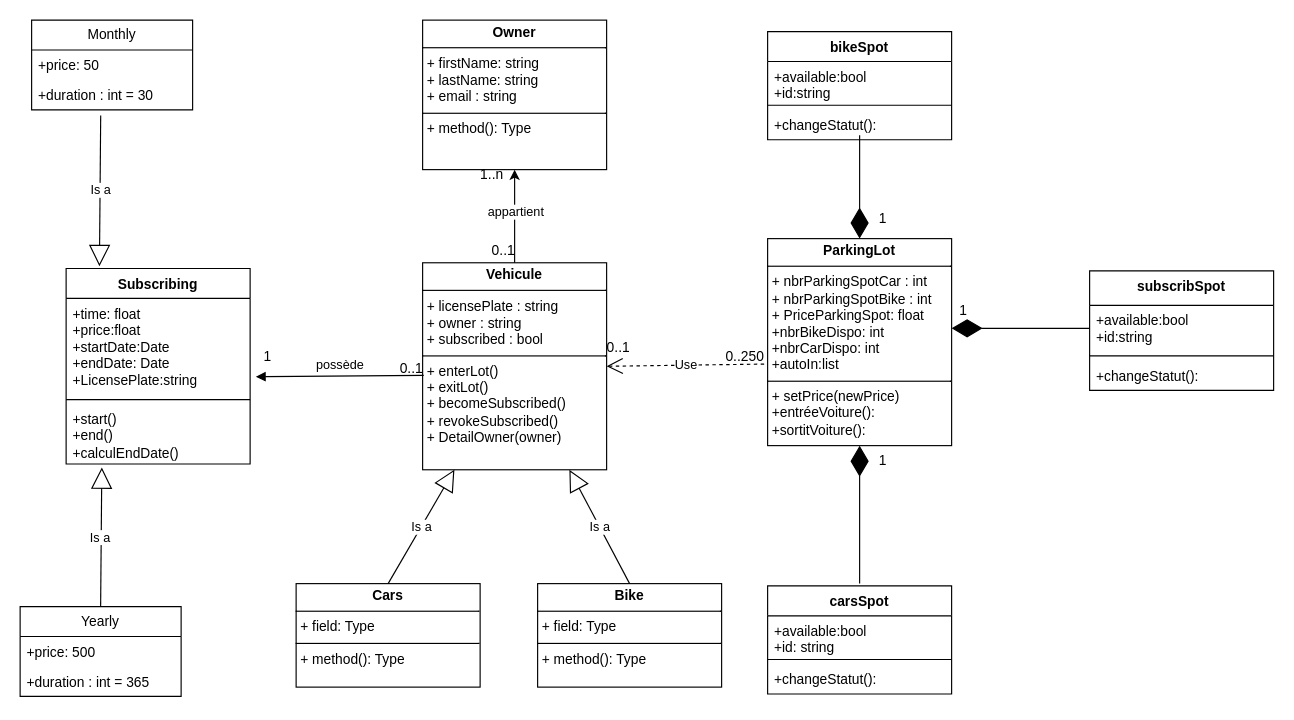
Earlier version of the draw.io diagram UMLprojetDev2.drawio (bpatureau/Projet-dev-II-2tl1-6). Source tidied: cells renumbered, new cells numbered last; positions are measured from the earlier drawing's top-left corner, leaving out a move shared by most shapes. Both pictures are drawn from the tidied source at 115%, with x=0, y=0 at pixel (20, 20).
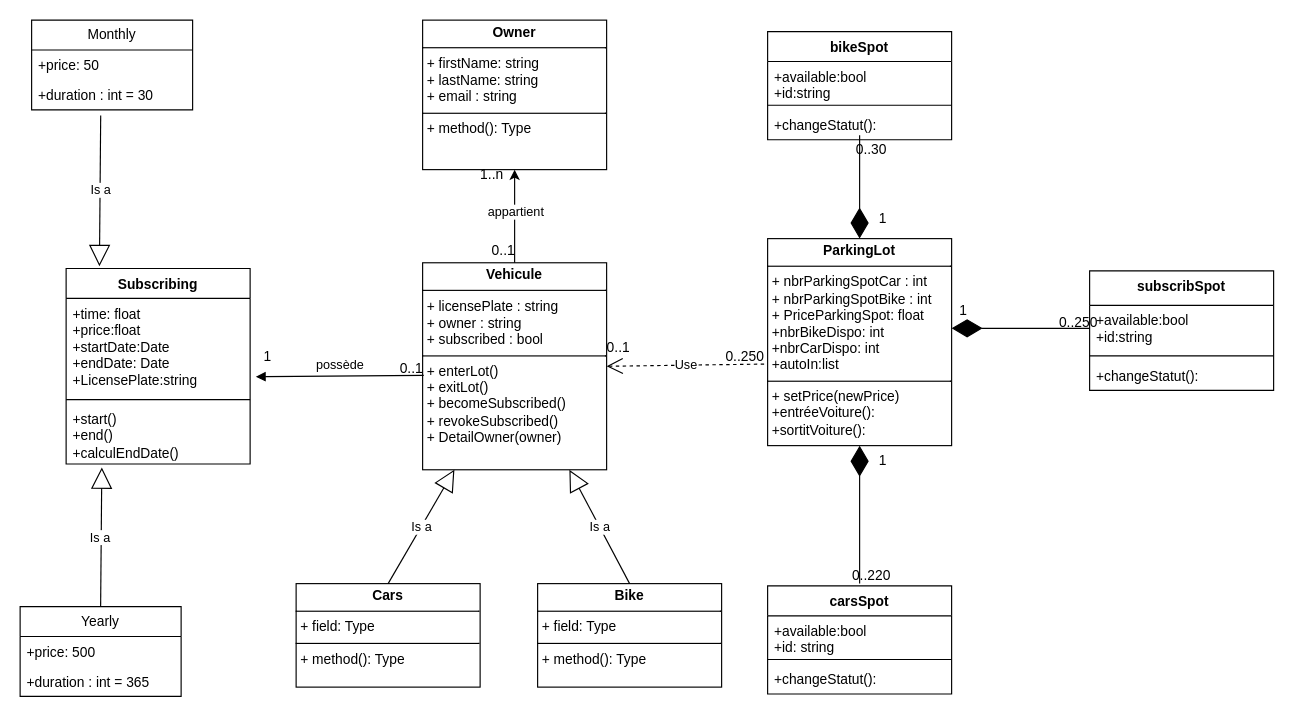
The same page after the edit.

Commit message:
Mettre à jour UMLprojetDev2.drawio

The edit, as a diff of the source:
```diff
@@
+    <mxCell id="49" value="0..30" style="text;html=1;align=center;verticalAlign=middle;strokeColor=none;fillColor=none;" parent="1" vertex="1">
+      <mxGeometry x="715" y="98" width="50" height="30" as="geometry" />
+    </mxCell>
+    <mxCell id="50" value="0..250" style="text;html=1;align=center;verticalAlign=middle;strokeColor=none;fillColor=none;" parent="1" vertex="1">
+      <mxGeometry x="890" y="248" width="60" height="30" as="geometry" />
+    </mxCell>
+    <mxCell id="51" value="0..220" style="text;html=1;align=center;verticalAlign=middle;strokeColor=none;fillColor=none;" parent="1" vertex="1">
+      <mxGeometry x="710" y="468" width="60" height="30" as="geometry" />
+    </mxCell>
```
